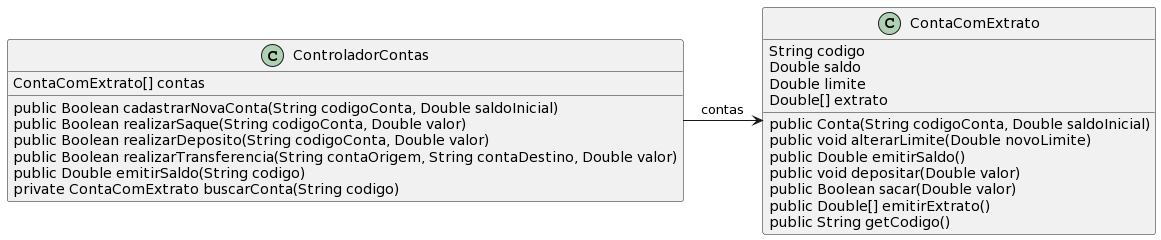
Earlier version of the PlantUML export classes-objetos/conta-bancaria-controlador/controlador-conta-bancaria.png (ccalmendra/poo-2023-1).
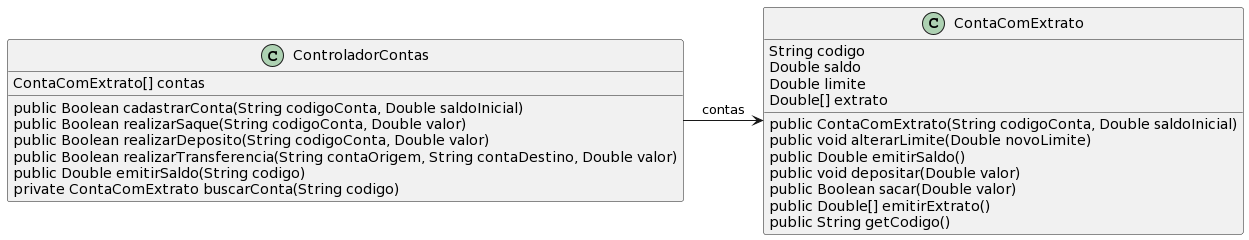
Above is the later version.

The edit, as a diff of the source:
```diff
@@ -4,7 +4,7 @@
   Double saldo
   Double limite
   Double[] extrato
-  public Conta(String codigoConta, Double saldoInicial)
+  public ContaComExtrato(String codigoConta, Double saldoInicial)
   public void alterarLimite(Double novoLimite)
   public Double emitirSaldo()
   public void depositar(Double valor)
@@ -15,7 +15,7 @@
 
 class ControladorContas {
   ContaComExtrato[] contas
-  public Boolean cadastrarNovaConta(String codigoConta, Double saldoInicial)
+  public Boolean cadastrarConta(String codigoConta, Double saldoInicial)
   public Boolean realizarSaque(String codigoConta, Double valor)
   public Boolean realizarDeposito(String codigoConta, Double valor)
   public Boolean realizarTransferencia(String contaOrigem, String contaDestino, Double valor)
```
